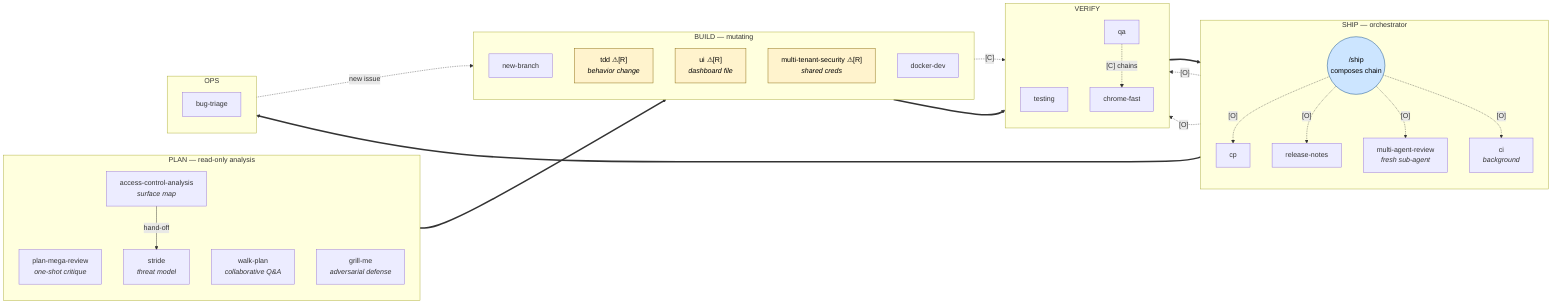
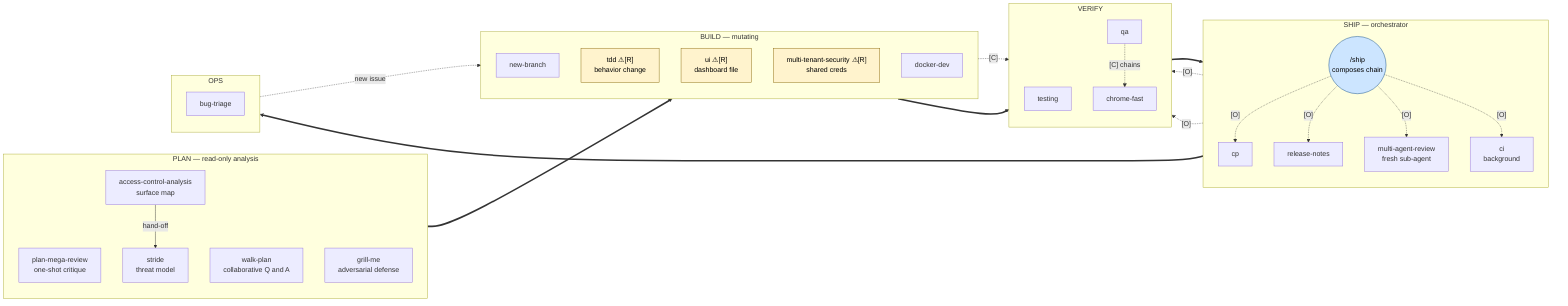
flowchart LR

    subgraph PLAN["PLAN — read-only analysis"]
        direction TB
-         pmr["plan-mega-review<br/><i>one-shot critique</i>"]
-         wp["walk-plan<br/><i>collaborative Q&A</i>"]
-         gm["grill-me<br/><i>adversarial defense</i>"]
-         aca["access-control-analysis<br/><i>surface map</i>"]
-         st["stride<br/><i>threat model</i>"]
+         pmr["plan-mega-review<br/>one-shot critique"]
+         wp["walk-plan<br/>collaborative Q and A"]
+         gm["grill-me<br/>adversarial defense"]
+         aca["access-control-analysis<br/>surface map"]
+         st["stride<br/>threat model"]
        aca -->|hand-off| st
    end

    subgraph BUILD["BUILD — mutating"]
        direction TB
        nb["new-branch"]
-         tdd["tdd  ⚠[R]<br/><i>behavior change</i>"]
-         ui["ui  ⚠[R]<br/><i>dashboard file</i>"]
-         mts["multi-tenant-security  ⚠[R]<br/><i>shared creds</i>"]
+         tdd["tdd  ⚠[R]<br/>behavior change"]
+         ui["ui  ⚠[R]<br/>dashboard file"]
+         mts["multi-tenant-security  ⚠[R]<br/>shared creds"]
        dd["docker-dev"]
    end

    subgraph VERIFY["VERIFY"]
        direction TB
        testing["testing"]
        qa["qa"]
        cf["chrome-fast"]
        qa -.->|"[C] chains"| cf
    end

    subgraph SHIP["SHIP — orchestrator"]
        direction TB
        ship(("/ship<br/>composes chain"))
        cp["cp"]
        rn["release-notes"]
-         mar["multi-agent-review<br/><i>fresh sub-agent</i>"]
-         ci["ci<br/><i>background</i>"]
+         mar["multi-agent-review<br/>fresh sub-agent"]
+         ci["ci<br/>background"]
        ship -.->|"[O]"| cp
        ship -.->|"[O]"| rn
        ship -.->|"[O]"| mar
        ship -.->|"[O]"| ci
    end

    subgraph OPS["OPS"]
        direction TB
        bt["bug-triage"]
    end

    PLAN ==> BUILD
    BUILD ==> VERIFY
    VERIFY ==> SHIP
    SHIP ==> OPS
    OPS -.->|new issue| BUILD

    tdd -.->|"[C]"| testing
    ship -.->|"[O]"| testing
    ship -.->|"[O]"| qa

    classDef mandatory fill:#fff3cd,stroke:#856404,color:#000
    class tdd,ui,mts mandatory
    classDef orchestrator fill:#cce5ff,stroke:#004085,color:#000
    class ship orchestrator
